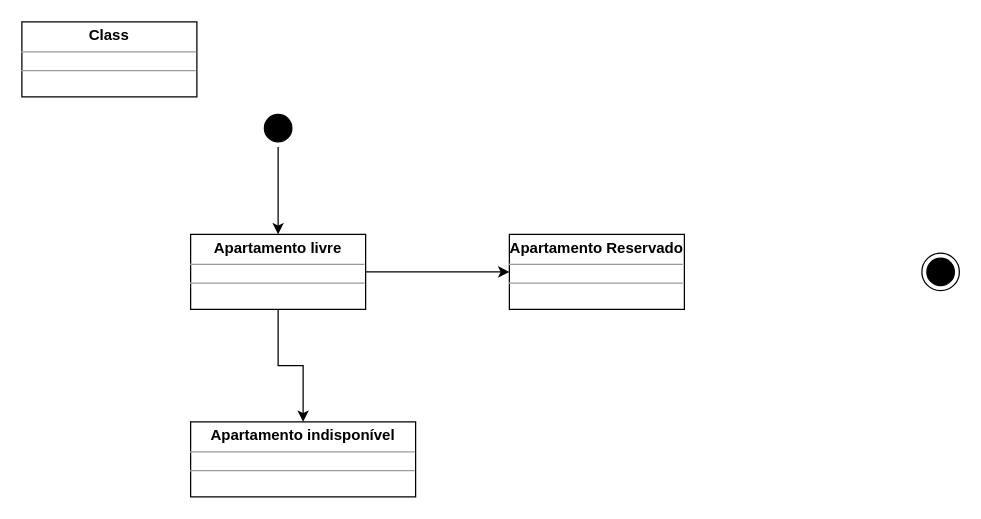
The draw.io diagram Exercício 06 - Diagrama de Estado.drawio in bruniculos08/AMS0001, before the edit. Source tidied: cells renumbered, new cells numbered last; positions are measured from the earlier drawing's top-left corner, leaving out a move shared by most shapes. Both pictures are drawn from the tidied source at 125%, with x=0, y=0 at pixel (21, 21).
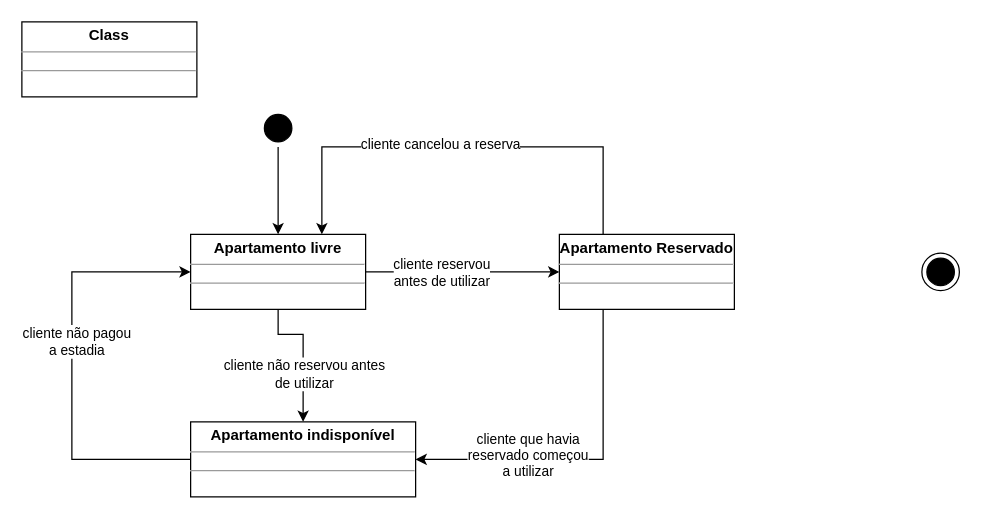
Above is the later version.

Unchanged cells that the change refers to:
```xml
<mxCell id="6" style="edgeStyle=orthogonalEdgeStyle;rounded=0;jettySize=auto;html=1;exitX=1;exitY=0.5;exitDx=0;exitDy=0;strokeColor=#000000;" parent="1" edge="1" source="8" target="9">
  <mxGeometry relative="1" as="geometry" />
</mxCell>
<mxCell id="8" value="&lt;p style=&quot;margin: 0px ; margin-top: 4px ; text-align: center&quot;&gt;&lt;b&gt;Apartamento livre&lt;/b&gt;&lt;/p&gt;&lt;hr size=&quot;1&quot;&gt;&lt;div style=&quot;height: 2px&quot;&gt;&lt;/div&gt;&lt;hr size=&quot;1&quot;&gt;&lt;div style=&quot;height: 2px&quot;&gt;&lt;/div&gt;" style="verticalAlign=top;align=left;overflow=fill;fontSize=12;fontFamily=Helvetica;html=1;strokeColor=#000000;" parent="1" vertex="1">
  <mxGeometry x="135" y="170" width="140" height="60" as="geometry" />
</mxCell>
<mxCell id="10" value="&lt;p style=&quot;margin: 0px ; margin-top: 4px ; text-align: center&quot;&gt;&lt;b&gt;Apartamento indisponível&lt;/b&gt;&lt;/p&gt;&lt;hr size=&quot;1&quot;&gt;&lt;div style=&quot;height: 2px&quot;&gt;&lt;/div&gt;&lt;hr size=&quot;1&quot;&gt;&lt;div style=&quot;height: 2px&quot;&gt;&lt;/div&gt;" style="verticalAlign=top;align=left;overflow=fill;fontSize=12;fontFamily=Helvetica;html=1;strokeColor=#000000;" parent="1" vertex="1">
  <mxGeometry x="135" y="320" width="180" height="60" as="geometry" />
</mxCell>
```

What changed in the source:
```diff
@@
+    <mxCell id="11" value="cliente reservou&lt;br&gt;antes de utilizar" style="edgeLabel;html=1;align=center;verticalAlign=middle;" parent="6" vertex="1">
+      <mxGeometry x="-0.22" relative="1" as="geometry" />
+    </mxCell>
     <mxCell id="7" style="edgeStyle=orthogonalEdgeStyle;rounded=0;jettySize=auto;html=1;exitX=0.5;exitY=1;exitDx=0;exitDy=0;strokeColor=#000000;" parent="1" edge="1" source="8" target="10">
-      <mxGeometry relative="1" as="geometry" />
+      <mxGeometry relative="1" as="geometry">
+        <Array as="points">
+          <mxPoint x="205" y="250" />
+          <mxPoint x="225" y="250" />
+        </Array>
+      </mxGeometry>
     </mxCell>
+    <mxCell id="12" value="cliente não reservou antes&lt;br&gt;de utilizar" style="edgeLabel;html=1;align=center;verticalAlign=middle;" parent="7" vertex="1">
+      <mxGeometry x="0.29" relative="1" as="geometry" />
+    </mxCell>
@@
+    <mxCell id="13" style="edgeStyle=orthogonalEdgeStyle;rounded=0;jettySize=auto;html=1;exitX=0.25;exitY=0;exitDx=0;exitDy=0;entryX=0.75;entryY=0;entryDx=0;entryDy=0;strokeColor=#000000;" parent="1" edge="1" source="9" target="8">
+      <mxGeometry relative="1" as="geometry">
+        <Array as="points">
+          <mxPoint x="465" y="100" />
+          <mxPoint x="240" y="100" />
+        </Array>
+      </mxGeometry>
+    </mxCell>
+    <mxCell id="14" value="cliente cancelou a reserva" style="edgeLabel;html=1;align=center;verticalAlign=middle;" parent="13" vertex="1">
+      <mxGeometry x="0.1" y="-3" relative="1" as="geometry" />
+    </mxCell>
+    <mxCell id="15" style="edgeStyle=orthogonalEdgeStyle;rounded=0;jettySize=auto;html=1;exitX=0.25;exitY=1;exitDx=0;exitDy=0;entryX=1;entryY=0.5;entryDx=0;entryDy=0;strokeColor=#000000;" parent="1" edge="1" source="9" target="10">
+      <mxGeometry relative="1" as="geometry" />
+    </mxCell>
+    <mxCell id="16" value="cliente que havia&lt;br&gt;reservado começou&lt;br&gt;a utilizar" style="edgeLabel;html=1;align=center;verticalAlign=middle;" parent="15" vertex="1">
+      <mxGeometry x="0.34" y="-4" relative="1" as="geometry" />
+    </mxCell>
     <mxCell id="9" value="&lt;p style=&quot;margin: 0px ; margin-top: 4px ; text-align: center&quot;&gt;&lt;b&gt;Apartamento Reservado&lt;/b&gt;&lt;/p&gt;&lt;hr size=&quot;1&quot;&gt;&lt;div style=&quot;height: 2px&quot;&gt;&lt;/div&gt;&lt;hr size=&quot;1&quot;&gt;&lt;div style=&quot;height: 2px&quot;&gt;&lt;/div&gt;" style="verticalAlign=top;align=left;overflow=fill;fontSize=12;fontFamily=Helvetica;html=1;strokeColor=#000000;" parent="1" vertex="1">
-      <mxGeometry x="390" y="170" width="140" height="60" as="geometry" />
+      <mxGeometry x="430" y="170" width="140" height="60" as="geometry" />
     </mxCell>
+    <mxCell id="17" style="edgeStyle=orthogonalEdgeStyle;rounded=0;jettySize=auto;html=1;exitX=0;exitY=0.5;exitDx=0;exitDy=0;entryX=0;entryY=0.5;entryDx=0;entryDy=0;strokeColor=#000000;" parent="1" edge="1" source="10" target="8">
+      <mxGeometry relative="1" as="geometry">
+        <Array as="points">
+          <mxPoint x="40" y="350" />
+          <mxPoint x="40" y="200" />
+        </Array>
+      </mxGeometry>
+    </mxCell>
+    <mxCell id="18" value="cliente não pagou&lt;br&gt;a estadia" style="edgeLabel;html=1;align=center;verticalAlign=middle;" parent="17" vertex="1">
+      <mxGeometry x="0.12" y="-3" relative="1" as="geometry" />
+    </mxCell>
```
